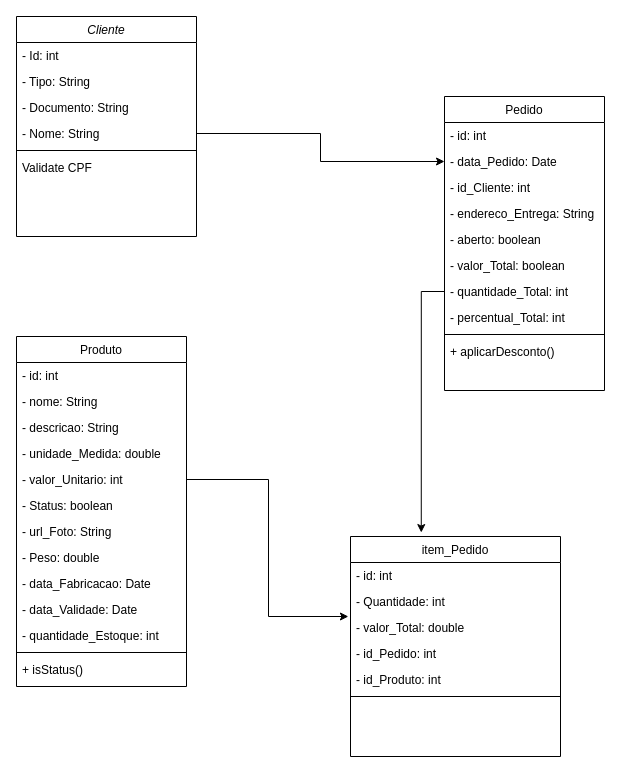
anamelotm/Chocolate-ponto-e-virgula keeps this draw.io diagram as Modelagem/UML.drawio. Above is the earlier version. Source tidied: cells renumbered, new cells numbered last; positions are measured from the earlier drawing's top-left corner, leaving out a move shared by most shapes. Both pictures are drawn from the tidied source at 100%, with x=0, y=0 at pixel (16, 16).
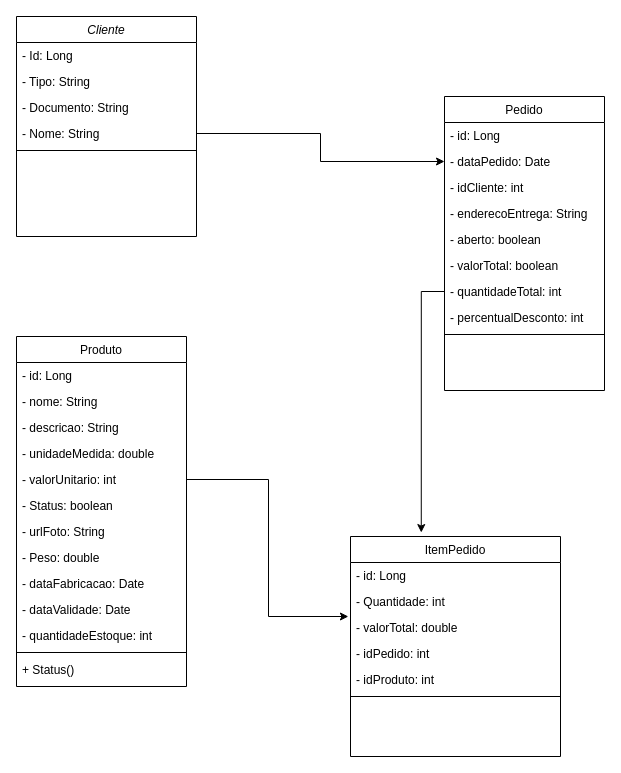
The same diagram, later.

Commit message (it also covers changes not shown here):
Correção da UML - Classes Java

Unchanged cells that the change refers to:
```xml
<mxCell id="2" value="Cliente" style="swimlane;fontStyle=2;align=center;verticalAlign=top;horizontal=1;startSize=26;rounded=0;shadow=0;strokeWidth=1;" parent="1" vertex="1">
  <mxGeometry width="180" height="220" as="geometry" />
</mxCell>
<mxCell id="9" value="Produto" style="swimlane;fontStyle=0;align=center;verticalAlign=top;horizontal=1;startSize=26;rounded=0;shadow=0;strokeWidth=1;" parent="1" vertex="1">
  <mxGeometry y="320" width="170" height="350" as="geometry" />
</mxCell>
<mxCell id="30" value="Pedido" style="swimlane;fontStyle=0;align=center;verticalAlign=top;horizontal=1;startSize=26;rounded=0;shadow=0;strokeWidth=1;" parent="1" vertex="1">
  <mxGeometry x="428" y="80" width="160" height="294" as="geometry" />
</mxCell>
```

What changed in the source:
```diff
@@
-    <mxCell id="3" value="- Id: int" style="text;align=left;verticalAlign=top;spacingLeft=4;spacingRight=4;overflow=hidden;" parent="2" vertex="1">
+    <mxCell id="3" value="- Id: Long" style="text;align=left;verticalAlign=top;spacingLeft=4;spacingRight=4;overflow=hidden;" parent="2" vertex="1">
       <mxGeometry y="26" width="180" height="26" as="geometry" />
     </mxCell>
@@
-    <mxCell id="8" value="Validate CPF" style="text;align=left;verticalAlign=top;spacingLeft=4;spacingRight=4;overflow=hidden;" parent="2" vertex="1">
-      <mxGeometry y="138" width="180" height="26" as="geometry" />
-    </mxCell>
@@
-    <mxCell id="10" value="- id: int" style="text;align=left;verticalAlign=top;spacingLeft=4;spacingRight=4;overflow=hidden;" parent="9" vertex="1">
+    <mxCell id="10" value="- id: Long" style="text;align=left;verticalAlign=top;spacingLeft=4;spacingRight=4;overflow=hidden;" parent="9" vertex="1">
       <mxGeometry y="26" width="170" height="26" as="geometry" />
     </mxCell>
@@
-    <mxCell id="13" value="- unidade_Medida: double" style="text;align=left;verticalAlign=top;spacingLeft=4;spacingRight=4;overflow=hidden;" parent="9" vertex="1">
+    <mxCell id="13" value="- unidadeMedida: double" style="text;align=left;verticalAlign=top;spacingLeft=4;spacingRight=4;overflow=hidden;" parent="9" vertex="1">
       <mxGeometry y="104" width="170" height="26" as="geometry" />
     </mxCell>
-    <mxCell id="14" value="- valor_Unitario: int" style="text;align=left;verticalAlign=top;spacingLeft=4;spacingRight=4;overflow=hidden;points=[[0,0.5],[1,0.5]];portConstraint=eastwest;" parent="9" vertex="1">
+    <mxCell id="14" value="- valorUnitario: int" style="text;align=left;verticalAlign=top;spacingLeft=4;spacingRight=4;overflow=hidden;points=[[0,0.5],[1,0.5]];portConstraint=eastwest;" parent="9" vertex="1">
       <mxGeometry y="130" width="170" height="26" as="geometry" />
     </mxCell>
@@
-    <mxCell id="16" value="- url_Foto: String" style="text;align=left;verticalAlign=top;spacingLeft=4;spacingRight=4;overflow=hidden;" parent="9" vertex="1">
+    <mxCell id="16" value="- urlFoto: String" style="text;align=left;verticalAlign=top;spacingLeft=4;spacingRight=4;overflow=hidden;" parent="9" vertex="1">
       <mxGeometry y="182" width="170" height="26" as="geometry" />
     </mxCell>
@@
-    <mxCell id="18" value="- data_Fabricacao: Date" style="text;align=left;verticalAlign=top;spacingLeft=4;spacingRight=4;overflow=hidden;" parent="9" vertex="1">
+    <mxCell id="18" value="- dataFabricacao: Date" style="text;align=left;verticalAlign=top;spacingLeft=4;spacingRight=4;overflow=hidden;" parent="9" vertex="1">
       <mxGeometry y="234" width="170" height="26" as="geometry" />
     </mxCell>
-    <mxCell id="19" value="- data_Validade: Date" style="text;align=left;verticalAlign=top;spacingLeft=4;spacingRight=4;overflow=hidden;" parent="9" vertex="1">
+    <mxCell id="19" value="- dataValidade: Date" style="text;align=left;verticalAlign=top;spacingLeft=4;spacingRight=4;overflow=hidden;" parent="9" vertex="1">
       <mxGeometry y="260" width="170" height="26" as="geometry" />
     </mxCell>
-    <mxCell id="20" value="- quantidade_Estoque: int" style="text;align=left;verticalAlign=top;spacingLeft=4;spacingRight=4;overflow=hidden;" parent="9" vertex="1">
+    <mxCell id="20" value="- quantidadeEstoque: int" style="text;align=left;verticalAlign=top;spacingLeft=4;spacingRight=4;overflow=hidden;" parent="9" vertex="1">
       <mxGeometry y="286" width="170" height="26" as="geometry" />
     </mxCell>
@@
-    <mxCell id="22" value="+ isStatus()" style="text;align=left;verticalAlign=top;spacingLeft=4;spacingRight=4;overflow=hidden;" parent="9" vertex="1">
+    <mxCell id="22" value="+ Status()" style="text;align=left;verticalAlign=top;spacingLeft=4;spacingRight=4;overflow=hidden;" parent="9" vertex="1">
       <mxGeometry y="320" width="170" height="26" as="geometry" />
     </mxCell>
-    <mxCell id="23" value="item_Pedido" style="swimlane;fontStyle=0;align=center;verticalAlign=top;horizontal=1;startSize=26;rounded=0;shadow=0;strokeWidth=1;" parent="1" vertex="1">
+    <mxCell id="23" value="ItemPedido" style="swimlane;fontStyle=0;align=center;verticalAlign=top;horizontal=1;startSize=26;rounded=0;shadow=0;strokeWidth=1;" parent="1" vertex="1">
       <mxGeometry x="334" y="520" width="210" height="220" as="geometry" />
     </mxCell>
-    <mxCell id="24" value="- id: int" style="text;align=left;verticalAlign=top;spacingLeft=4;spacingRight=4;overflow=hidden;" parent="23" vertex="1">
+    <mxCell id="24" value="- id: Long" style="text;align=left;verticalAlign=top;spacingLeft=4;spacingRight=4;overflow=hidden;" parent="23" vertex="1">
       <mxGeometry y="26" width="210" height="26" as="geometry" />
     </mxCell>
@@
-    <mxCell id="26" value="- valor_Total: double" style="text;align=left;verticalAlign=top;spacingLeft=4;spacingRight=4;overflow=hidden;points=[[0,0.5],[1,0.5]];portConstraint=eastwest;" parent="23" vertex="1">
+    <mxCell id="26" value="- valorTotal: double" style="text;align=left;verticalAlign=top;spacingLeft=4;spacingRight=4;overflow=hidden;points=[[0,0.5],[1,0.5]];portConstraint=eastwest;" parent="23" vertex="1">
       <mxGeometry y="78" width="210" height="26" as="geometry" />
     </mxCell>
-    <mxCell id="27" value="- id_Pedido: int" style="text;align=left;verticalAlign=top;spacingLeft=4;spacingRight=4;overflow=hidden;" parent="23" vertex="1">
+    <mxCell id="27" value="- idPedido: int" style="text;align=left;verticalAlign=top;spacingLeft=4;spacingRight=4;overflow=hidden;" parent="23" vertex="1">
       <mxGeometry y="104" width="210" height="26" as="geometry" />
     </mxCell>
-    <mxCell id="28" value="- id_Produto: int" style="text;align=left;verticalAlign=top;spacingLeft=4;spacingRight=4;overflow=hidden;" parent="23" vertex="1">
+    <mxCell id="28" value="- idProduto: int" style="text;align=left;verticalAlign=top;spacingLeft=4;spacingRight=4;overflow=hidden;" parent="23" vertex="1">
       <mxGeometry y="130" width="210" height="26" as="geometry" />
     </mxCell>
@@
-    <mxCell id="31" value="- id: int" style="text;align=left;verticalAlign=top;spacingLeft=4;spacingRight=4;overflow=hidden;" parent="30" vertex="1">
+    <mxCell id="31" value="- id: Long" style="text;align=left;verticalAlign=top;spacingLeft=4;spacingRight=4;overflow=hidden;" parent="30" vertex="1">
       <mxGeometry y="26" width="160" height="26" as="geometry" />
     </mxCell>
-    <mxCell id="32" value="- data_Pedido: Date" style="text;align=left;verticalAlign=top;spacingLeft=4;spacingRight=4;overflow=hidden;points=[[0,0.5],[1,0.5]];portConstraint=eastwest;rounded=0;shadow=0;html=0;" parent="30" vertex="1">
+    <mxCell id="32" value="- dataPedido: Date" style="text;align=left;verticalAlign=top;spacingLeft=4;spacingRight=4;overflow=hidden;points=[[0,0.5],[1,0.5]];portConstraint=eastwest;rounded=0;shadow=0;html=0;" parent="30" vertex="1">
       <mxGeometry y="52" width="160" height="26" as="geometry" />
     </mxCell>
-    <mxCell id="33" value="- id_Cliente: int" style="text;align=left;verticalAlign=top;spacingLeft=4;spacingRight=4;overflow=hidden;rounded=0;shadow=0;html=0;" parent="30" vertex="1">
+    <mxCell id="33" value="- idCliente: int" style="text;align=left;verticalAlign=top;spacingLeft=4;spacingRight=4;overflow=hidden;rounded=0;shadow=0;html=0;" parent="30" vertex="1">
       <mxGeometry y="78" width="160" height="26" as="geometry" />
     </mxCell>
-    <mxCell id="34" value="- endereco_Entrega: String" style="text;align=left;verticalAlign=top;spacingLeft=4;spacingRight=4;overflow=hidden;rounded=0;shadow=0;html=0;" parent="30" vertex="1">
+    <mxCell id="34" value="- enderecoEntrega: String" style="text;align=left;verticalAlign=top;spacingLeft=4;spacingRight=4;overflow=hidden;rounded=0;shadow=0;html=0;" parent="30" vertex="1">
       <mxGeometry y="104" width="160" height="26" as="geometry" />
     </mxCell>
@@
-    <mxCell id="36" value="- valor_Total: boolean" style="text;align=left;verticalAlign=top;spacingLeft=4;spacingRight=4;overflow=hidden;rounded=0;shadow=0;html=0;" parent="30" vertex="1">
+    <mxCell id="36" value="- valorTotal: boolean" style="text;align=left;verticalAlign=top;spacingLeft=4;spacingRight=4;overflow=hidden;rounded=0;shadow=0;html=0;" parent="30" vertex="1">
       <mxGeometry y="156" width="160" height="26" as="geometry" />
     </mxCell>
-    <mxCell id="37" value="- quantidade_Total: int" style="text;align=left;verticalAlign=top;spacingLeft=4;spacingRight=4;overflow=hidden;points=[[0,0.5],[1,0.5]];portConstraint=eastwest;rounded=0;shadow=0;html=0;" parent="30" vertex="1">
+    <mxCell id="37" value="- quantidadeTotal: int" style="text;align=left;verticalAlign=top;spacingLeft=4;spacingRight=4;overflow=hidden;points=[[0,0.5],[1,0.5]];portConstraint=eastwest;rounded=0;shadow=0;html=0;" parent="30" vertex="1">
       <mxGeometry y="182" width="160" height="26" as="geometry" />
     </mxCell>
-    <mxCell id="38" value="- percentual_Total: int" style="text;align=left;verticalAlign=top;spacingLeft=4;spacingRight=4;overflow=hidden;rounded=0;shadow=0;html=0;" parent="30" vertex="1">
+    <mxCell id="38" value="- percentualDesconto: int" style="text;align=left;verticalAlign=top;spacingLeft=4;spacingRight=4;overflow=hidden;rounded=0;shadow=0;html=0;" parent="30" vertex="1">
       <mxGeometry y="208" width="160" height="26" as="geometry" />
     </mxCell>
@@
-    <mxCell id="40" value="+ aplicarDesconto()" style="text;align=left;verticalAlign=top;spacingLeft=4;spacingRight=4;overflow=hidden;" parent="30" vertex="1">
-      <mxGeometry y="242" width="160" height="26" as="geometry" />
-    </mxCell>
```
